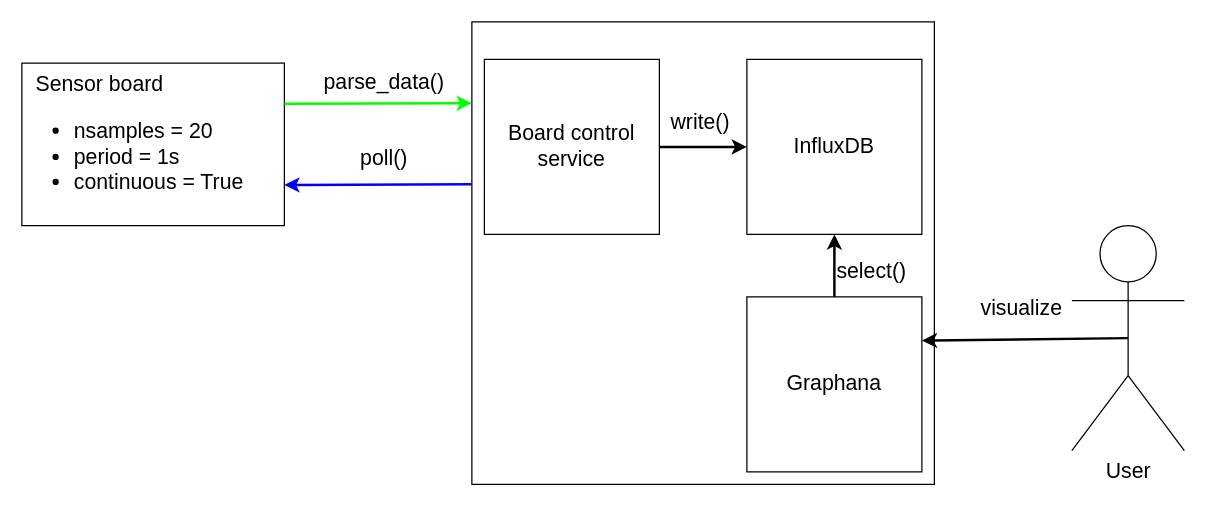
Before: page "Page-2" (2 of 2) of smell detector electrical.drawio in lperennou/diagrams, a draw.io diagram. Source tidied: cells renumbered, new cells numbered last; positions are measured from the earlier drawing's top-left corner, leaving out a move shared by most shapes. Both pictures are drawn from the tidied source at 125%, with x=0, y=0 at pixel (21, 21).
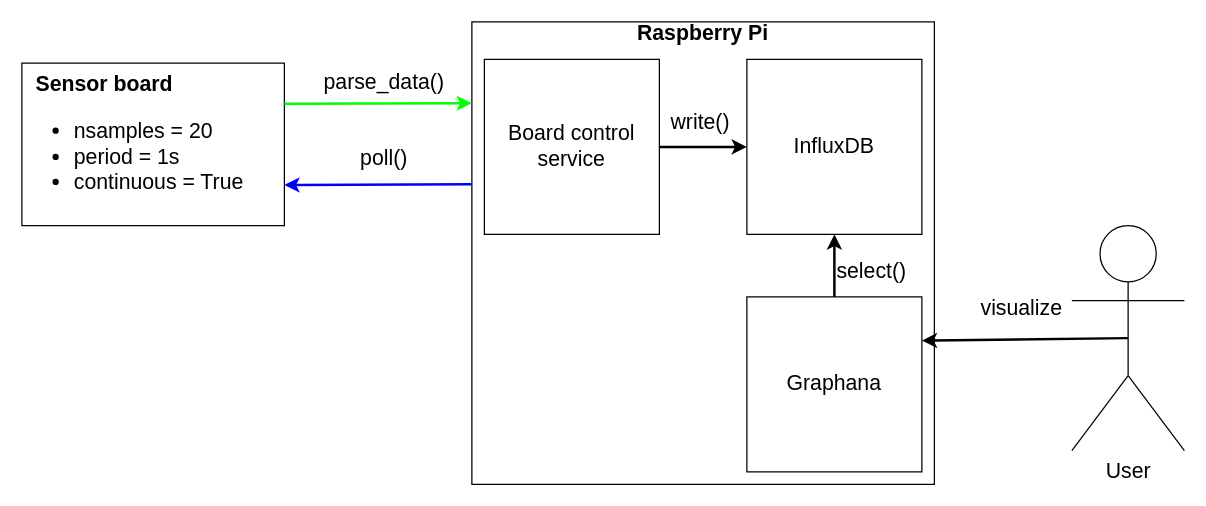
Above is the later version.

Diff of the diagram source:
```diff
@@
 <mxGraphModel>
   <root>
     <mxCell id="0" />
     <mxCell id="1" parent="0" />
-    <mxCell id="2" value="&lt;div align=&quot;left&quot;&gt;&amp;nbsp; Sensor board&lt;br&gt;&lt;ul&gt;&lt;li&gt;nsamples = 20&lt;br&gt;&lt;/li&gt;&lt;li&gt;period = 1s&lt;br&gt;&lt;/li&gt;&lt;li&gt;&lt;div&gt;continuous = True&lt;br&gt;&lt;/div&gt;&lt;/li&gt;&lt;/ul&gt;&lt;/div&gt;" style="whiteSpace=wrap;html=1;fontSize=17;align=left;" parent="1" vertex="1">
+    <mxCell id="2" value="&lt;div align=&quot;left&quot;&gt;&amp;nbsp; &lt;b&gt;Sensor board&lt;/b&gt;&lt;br&gt;&lt;ul&gt;&lt;li&gt;nsamples = 20&lt;br&gt;&lt;/li&gt;&lt;li&gt;period = 1s&lt;br&gt;&lt;/li&gt;&lt;li&gt;&lt;div&gt;continuous = True&lt;br&gt;&lt;/div&gt;&lt;/li&gt;&lt;/ul&gt;&lt;/div&gt;" style="whiteSpace=wrap;html=1;fontSize=17;align=left;" parent="1" vertex="1">
       <mxGeometry y="33" width="210" height="130" as="geometry" />
     </mxCell>
     <mxCell id="3" style="whiteSpace=wrap;html=1;fontSize=17;" parent="1" vertex="1">
       <mxGeometry x="360" width="370" height="370" as="geometry" />
     </mxCell>
     <mxCell id="4" value="InfluxDB" style="whiteSpace=wrap;html=1;fontSize=17;" parent="1" vertex="1">
       <mxGeometry x="580" y="30" width="140" height="140" as="geometry" />
     </mxCell>
     <mxCell id="5" value="Graphana" style="whiteSpace=wrap;html=1;fontSize=17;" parent="1" vertex="1">
       <mxGeometry x="580" y="220" width="140" height="140" as="geometry" />
     </mxCell>
     <mxCell id="6" value="Board control &lt;br&gt;service" style="whiteSpace=wrap;html=1;fontSize=17;" parent="1" vertex="1">
       <mxGeometry x="370" y="30" width="140" height="140" as="geometry" />
     </mxCell>
     <mxCell id="7" style="endArrow=classic;html=1;strokeWidth=2;fontSize=17;strokeColor=#00FF00;exitX=1;exitY=0.25;exitDx=0;exitDy=0;" parent="1" edge="1" source="2">
       <mxGeometry relative="1" as="geometry">
         <mxPoint x="360" y="65" as="targetPoint" />
       </mxGeometry>
     </mxCell>
     <mxCell id="8" value="parse_data()" style="text;html=1;strokeColor=none;fillColor=none;align=center;verticalAlign=middle;whiteSpace=wrap;rounded=0;fontSize=17;" parent="1" vertex="1">
       <mxGeometry x="270" y="39" width="40" height="20" as="geometry" />
     </mxCell>
     <mxCell id="9" style="endArrow=classic;html=1;strokeWidth=2;fontSize=17;exitX=0;exitY=0.351;exitDx=0;exitDy=0;strokeColor=#0000FF;entryX=1;entryY=0.75;entryDx=0;entryDy=0;exitPerimeter=0;" parent="1" edge="1" source="3" target="2">
       <mxGeometry relative="1" as="geometry" />
     </mxCell>
     <mxCell id="10" value="poll()" style="text;html=1;strokeColor=none;fillColor=none;align=center;verticalAlign=middle;whiteSpace=wrap;rounded=0;fontSize=17;" parent="1" vertex="1">
       <mxGeometry x="270" y="100" width="40" height="20" as="geometry" />
     </mxCell>
     <mxCell id="11" style="endArrow=classic;html=1;strokeWidth=2;fontSize=17;exitX=1;exitY=0.5;exitDx=0;exitDy=0;" parent="1" edge="1" source="6" target="4">
       <mxGeometry relative="1" as="geometry" />
     </mxCell>
     <mxCell id="12" style="endArrow=classic;html=1;strokeWidth=2;fontSize=17;exitX=0.5;exitY=0;exitDx=0;exitDy=0;entryX=0.5;entryY=1;entryDx=0;entryDy=0;" parent="1" edge="1" source="5" target="4">
       <mxGeometry relative="1" as="geometry" />
     </mxCell>
     <mxCell id="13" value="write()" style="text;html=1;strokeColor=none;fillColor=none;align=center;verticalAlign=middle;whiteSpace=wrap;rounded=0;fontSize=17;" parent="1" vertex="1">
       <mxGeometry x="523" y="71" width="40" height="20" as="geometry" />
     </mxCell>
     <mxCell id="14" value="select()" style="text;html=1;strokeColor=none;fillColor=none;align=center;verticalAlign=middle;whiteSpace=wrap;rounded=0;fontSize=17;" parent="1" vertex="1">
       <mxGeometry x="660" y="190" width="40" height="20" as="geometry" />
     </mxCell>
     <mxCell id="15" style="endArrow=classic;html=1;strokeWidth=2;fontSize=17;entryX=1;entryY=0.25;entryDx=0;entryDy=0;exitX=0.5;exitY=0.5;exitDx=0;exitDy=0;exitPerimeter=0;" parent="1" edge="1" source="16" target="5">
       <mxGeometry relative="1" as="geometry" />
     </mxCell>
     <mxCell id="16" value="User" style="shape=umlActor;verticalLabelPosition=bottom;verticalAlign=top;html=1;outlineConnect=0;fontSize=17;" parent="1" vertex="1">
       <mxGeometry x="840" y="163" width="90" height="180" as="geometry" />
     </mxCell>
     <mxCell id="17" value="visualize" style="text;html=1;strokeColor=none;fillColor=none;align=center;verticalAlign=middle;whiteSpace=wrap;rounded=0;fontSize=17;" parent="1" vertex="1">
       <mxGeometry x="780" y="220" width="40" height="20" as="geometry" />
     </mxCell>
+    <mxCell id="18" value="Raspberry Pi" style="text;html=1;strokeColor=none;fillColor=none;align=center;verticalAlign=middle;whiteSpace=wrap;rounded=0;fontSize=17;fontStyle=1;" parent="1" vertex="1">
+      <mxGeometry x="470" width="150" height="20" as="geometry" />
+    </mxCell>
   </root>
 </mxGraphModel>
```
